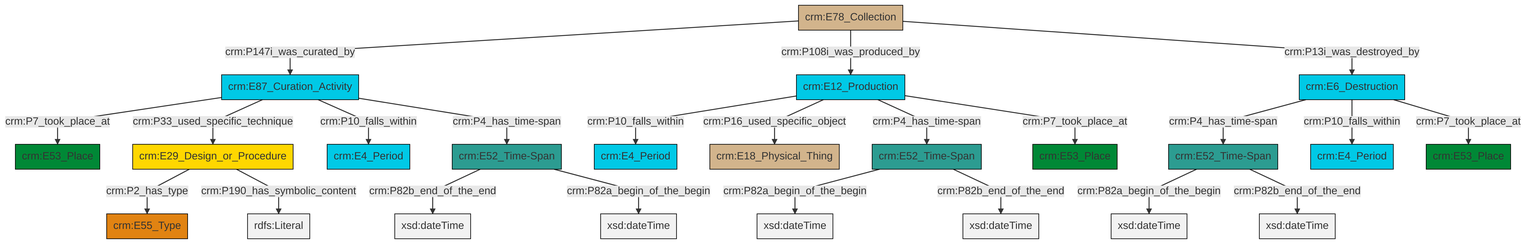
The Mermaid diagram et/archivalCSV/ttl/mmd/png/archival_existence.png in swiss-art-research-net/docs.swissartresearch, before a commit. Its source is kept beside it as et/archivalCSV/ttl/mmd/archival_existence.ttl.mmd.
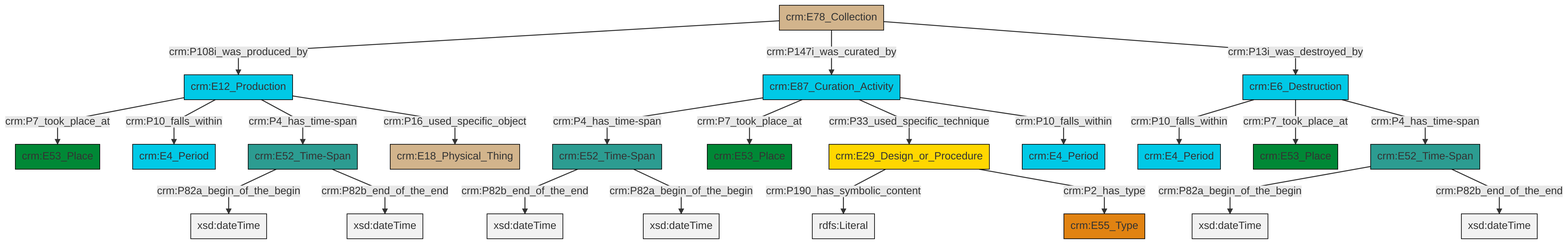
After the change.

The edit, as a diff of the source:
```diff
@@ -13,25 +13,25 @@
 classDef PC_Classes fill:#4ce600, stroke:#000000;
 classDef Multi fill:#cccccc,stroke:#000000;
 
-0["crm:E12_Production"]:::Temporal_Entity -->|crm:P10_falls_within| 1["crm:E4_Period"]:::Temporal_Entity
-2["crm:E52_Time-Span"]:::Time-Span -->|crm:P82a_begin_of_the_begin| 3[xsd:dateTime]:::Literal
-0["crm:E12_Production"]:::Temporal_Entity -->|crm:P16_used_specific_object| 4["crm:E18_Physical_Thing"]:::Physical_Thing
-7["crm:E52_Time-Span"]:::Time-Span -->|crm:P82b_end_of_the_end| 8[xsd:dateTime]:::Literal
-10["crm:E87_Curation_Activity"]:::Temporal_Entity -->|crm:P7_took_place_at| 11["crm:E53_Place"]:::Place
-12["crm:E29_Design_or_Procedure"]:::Conceptual_Object -->|crm:P2_has_type| 13["crm:E55_Type"]:::Type
-7["crm:E52_Time-Span"]:::Time-Span -->|crm:P82a_begin_of_the_begin| 17[xsd:dateTime]:::Literal
-10["crm:E87_Curation_Activity"]:::Temporal_Entity -->|crm:P33_used_specific_technique| 12["crm:E29_Design_or_Procedure"]:::Conceptual_Object
-20["crm:E78_Collection"]:::Physical_Thing -->|crm:P147i_was_curated_by| 10["crm:E87_Curation_Activity"]:::Temporal_Entity
-18["crm:E6_Destruction"]:::Temporal_Entity -->|crm:P4_has_time-span| 23["crm:E52_Time-Span"]:::Time-Span
-10["crm:E87_Curation_Activity"]:::Temporal_Entity -->|crm:P10_falls_within| 24["crm:E4_Period"]:::Temporal_Entity
-10["crm:E87_Curation_Activity"]:::Temporal_Entity -->|crm:P4_has_time-span| 7["crm:E52_Time-Span"]:::Time-Span
-0["crm:E12_Production"]:::Temporal_Entity -->|crm:P4_has_time-span| 2["crm:E52_Time-Span"]:::Time-Span
-20["crm:E78_Collection"]:::Physical_Thing -->|crm:P108i_was_produced_by| 0["crm:E12_Production"]:::Temporal_Entity
-20["crm:E78_Collection"]:::Physical_Thing -->|crm:P13i_was_destroyed_by| 18["crm:E6_Destruction"]:::Temporal_Entity
-18["crm:E6_Destruction"]:::Temporal_Entity -->|crm:P10_falls_within| 28["crm:E4_Period"]:::Temporal_Entity
-12["crm:E29_Design_or_Procedure"]:::Conceptual_Object -->|crm:P190_has_symbolic_content| 33[rdfs:Literal]:::Literal
-2["crm:E52_Time-Span"]:::Time-Span -->|crm:P82b_end_of_the_end| 35[xsd:dateTime]:::Literal
-23["crm:E52_Time-Span"]:::Time-Span -->|crm:P82a_begin_of_the_begin| 36[xsd:dateTime]:::Literal
-18["crm:E6_Destruction"]:::Temporal_Entity -->|crm:P7_took_place_at| 5["crm:E53_Place"]:::Place
-23["crm:E52_Time-Span"]:::Time-Span -->|crm:P82b_end_of_the_end| 38[xsd:dateTime]:::Literal
-0["crm:E12_Production"]:::Temporal_Entity -->|crm:P7_took_place_at| 15["crm:E53_Place"]:::Place
+0["crm:E6_Destruction"]:::Temporal_Entity -->|crm:P10_falls_within| 1["crm:E4_Period"]:::Temporal_Entity
+5["crm:E12_Production"]:::Temporal_Entity -->|crm:P7_took_place_at| 6["crm:E53_Place"]:::Place
+9["crm:E52_Time-Span"]:::Time-Span -->|crm:P82a_begin_of_the_begin| 10[xsd:dateTime]:::Literal
+13["crm:E87_Curation_Activity"]:::Temporal_Entity -->|crm:P4_has_time-span| 14["crm:E52_Time-Span"]:::Time-Span
+5["crm:E12_Production"]:::Temporal_Entity -->|crm:P10_falls_within| 7["crm:E4_Period"]:::Temporal_Entity
+15["crm:E29_Design_or_Procedure"]:::Conceptual_Object -->|crm:P190_has_symbolic_content| 16[rdfs:Literal]:::Literal
+0["crm:E6_Destruction"]:::Temporal_Entity -->|crm:P7_took_place_at| 17["crm:E53_Place"]:::Place
+14["crm:E52_Time-Span"]:::Time-Span -->|crm:P82b_end_of_the_end| 18[xsd:dateTime]:::Literal
+21["crm:E78_Collection"]:::Physical_Thing -->|crm:P108i_was_produced_by| 5["crm:E12_Production"]:::Temporal_Entity
+15["crm:E29_Design_or_Procedure"]:::Conceptual_Object -->|crm:P2_has_type| 22["crm:E55_Type"]:::Type
+13["crm:E87_Curation_Activity"]:::Temporal_Entity -->|crm:P7_took_place_at| 19["crm:E53_Place"]:::Place
+9["crm:E52_Time-Span"]:::Time-Span -->|crm:P82b_end_of_the_end| 23[xsd:dateTime]:::Literal
+21["crm:E78_Collection"]:::Physical_Thing -->|crm:P147i_was_curated_by| 13["crm:E87_Curation_Activity"]:::Temporal_Entity
+26["crm:E52_Time-Span"]:::Time-Span -->|crm:P82a_begin_of_the_begin| 27[xsd:dateTime]:::Literal
+13["crm:E87_Curation_Activity"]:::Temporal_Entity -->|crm:P33_used_specific_technique| 15["crm:E29_Design_or_Procedure"]:::Conceptual_Object
+5["crm:E12_Production"]:::Temporal_Entity -->|crm:P4_has_time-span| 26["crm:E52_Time-Span"]:::Time-Span
+0["crm:E6_Destruction"]:::Temporal_Entity -->|crm:P4_has_time-span| 9["crm:E52_Time-Span"]:::Time-Span
+21["crm:E78_Collection"]:::Physical_Thing -->|crm:P13i_was_destroyed_by| 0["crm:E6_Destruction"]:::Temporal_Entity
+5["crm:E12_Production"]:::Temporal_Entity -->|crm:P16_used_specific_object| 11["crm:E18_Physical_Thing"]:::Physical_Thing
+13["crm:E87_Curation_Activity"]:::Temporal_Entity -->|crm:P10_falls_within| 2["crm:E4_Period"]:::Temporal_Entity
+26["crm:E52_Time-Span"]:::Time-Span -->|crm:P82b_end_of_the_end| 34[xsd:dateTime]:::Literal
+14["crm:E52_Time-Span"]:::Time-Span -->|crm:P82a_begin_of_the_begin| 35[xsd:dateTime]:::Literal
```
